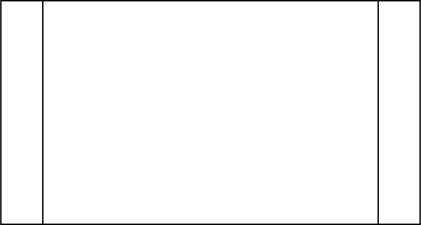
Matsubara1003/test keeps this draw.io diagram as 名称未設定ファイル.drawio.svg. Above is the earlier version. Source tidied: cells renumbered, new cells last; positions are measured from the earlier drawing's top-left corner, leaving out a move shared by most shapes. The source it was exported from:
```xml
<mxGraphModel>
  <root>
    <mxCell id="0" />
    <mxCell id="1" parent="0" />
    <mxCell id="2" style="shape=process;whiteSpace=wrap;html=1;backgroundOutline=1;" parent="1" vertex="1">
      <mxGeometry width="300" height="160" as="geometry" />
    </mxCell>
  </root>
</mxGraphModel>
```
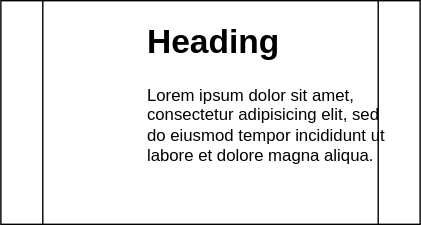
After the change.

Change to the diagram source:
```diff
@@ -5,5 +5,8 @@
     <mxCell id="2" style="shape=process;whiteSpace=wrap;html=1;backgroundOutline=1;" parent="1" vertex="1">
       <mxGeometry width="300" height="160" as="geometry" />
     </mxCell>
+    <mxCell id="3" value="&lt;h1&gt;Heading&lt;/h1&gt;&lt;p&gt;Lorem ipsum dolor sit amet, consectetur adipisicing elit, sed do eiusmod tempor incididunt ut labore et dolore magna aliqua.&lt;/p&gt;" style="text;html=1;strokeColor=none;fillColor=none;spacing=5;spacingTop=-20;whiteSpace=wrap;overflow=hidden;rounded=0;" parent="1" vertex="1">
+      <mxGeometry x="100" y="10" width="190" height="120" as="geometry" />
+    </mxCell>
   </root>
 </mxGraphModel>
```
